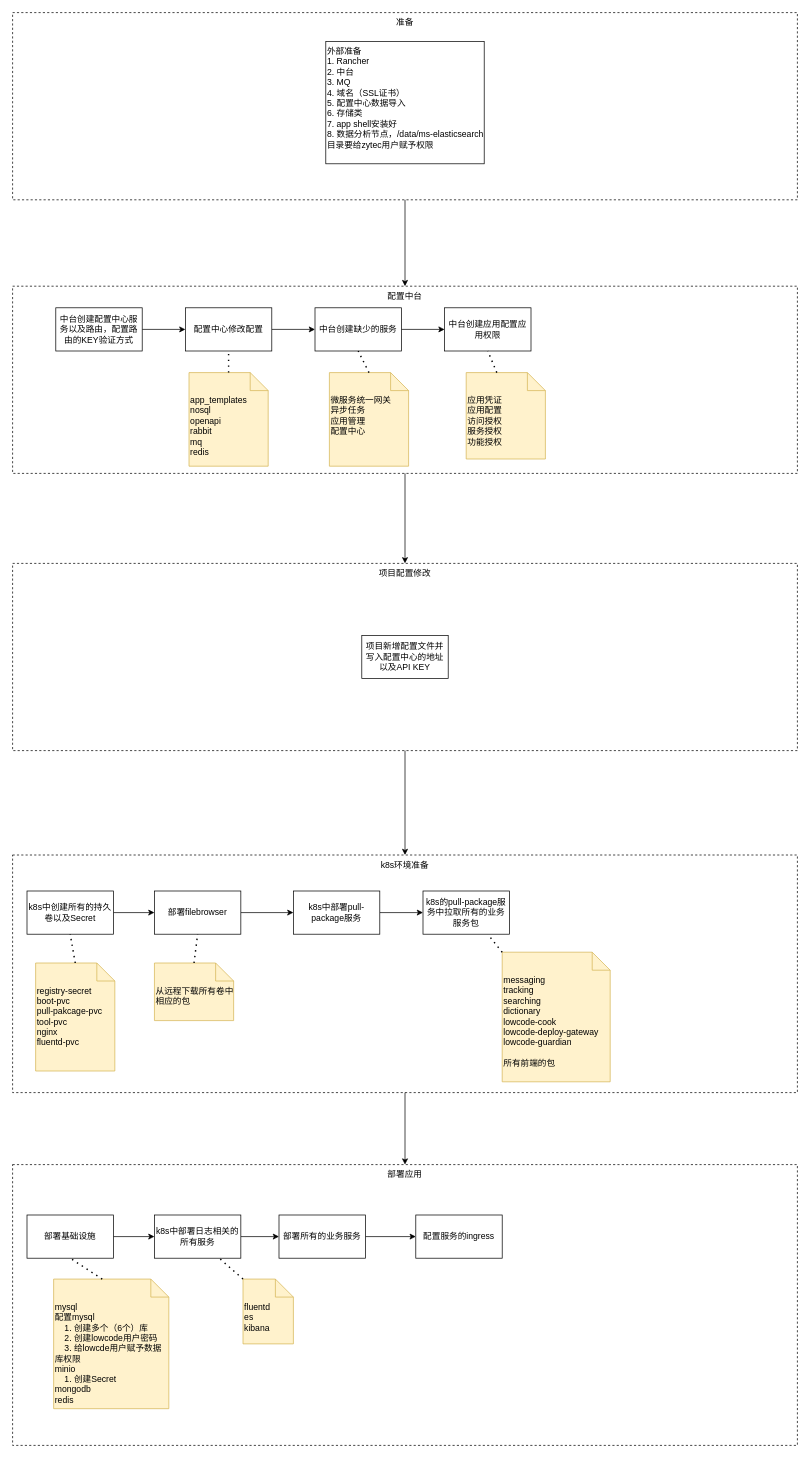
ProgrammerLZ/drawio keeps this draw.io diagram as 部署流程.drawio. Above is the earlier version. Source tidied: cells renumbered, new cells numbered last; positions are measured from the earlier drawing's top-left corner, leaving out a move shared by most shapes. Both pictures are drawn from the tidied source at 72%, with x=0, y=0 at pixel (12, 12).
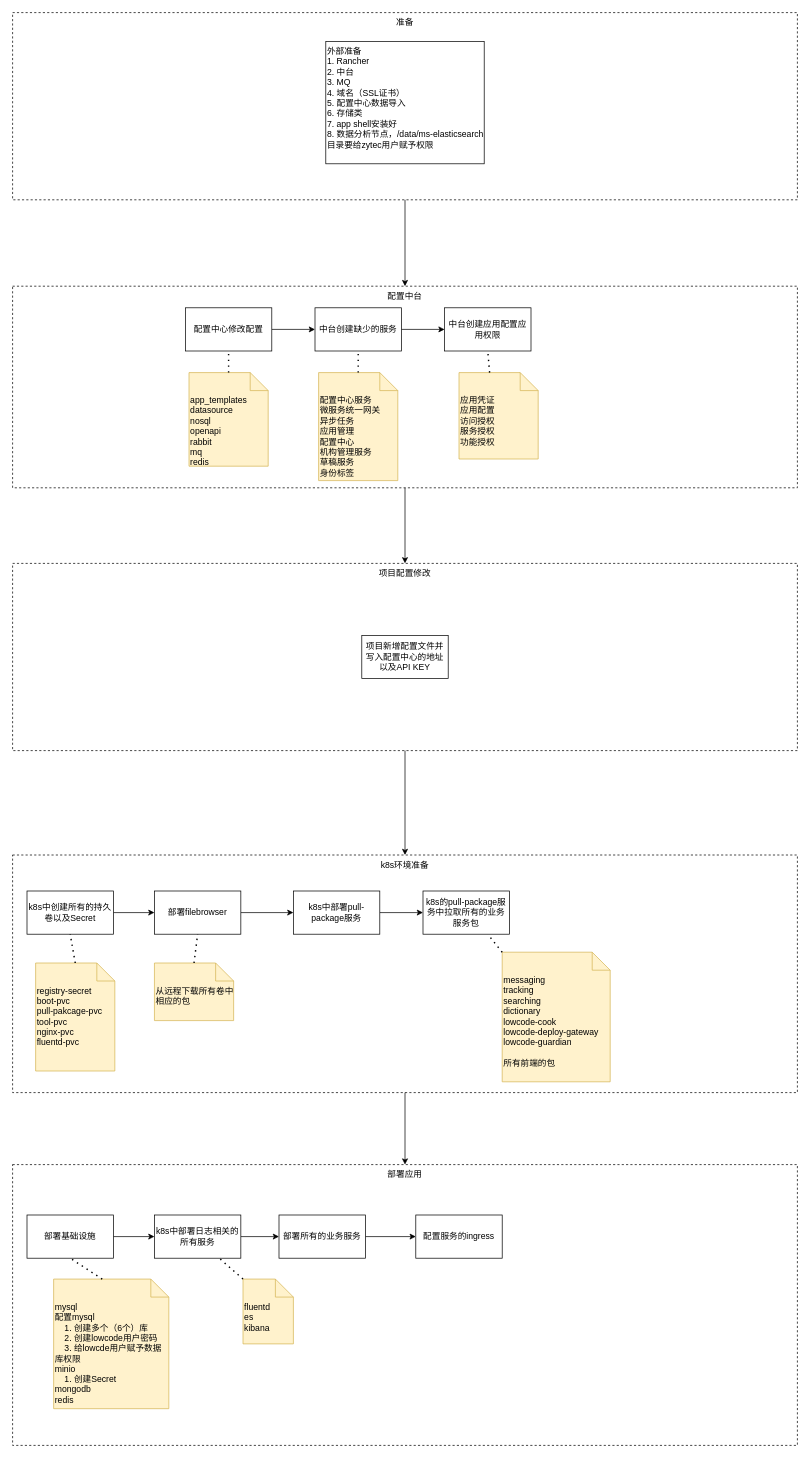
Above is the later version.

Commit message:
更新部署流程.drawio

Unchanged cells that the change refers to:
```xml
<mxCell id="18" value="配置中心修改配置" style="rounded=0;whiteSpace=wrap;html=1;" parent="1" vertex="1">
  <mxGeometry x="240" y="410" width="120" height="60" as="geometry" />
</mxCell>
```

The edit, as a diff of the source:
```diff
@@
     <mxCell id="9" value="配置中台" style="rounded=0;whiteSpace=wrap;html=1;align=center;verticalAlign=top;fontFamily=Helvetica;fontSize=12;fontColor=default;fillColor=none;gradientColor=none;dashed=1;" parent="1" vertex="1">
-      <mxGeometry y="380" width="1090" height="260" as="geometry" />
+      <mxGeometry y="380" width="1090" height="280" as="geometry" />
     </mxCell>
@@
-    <mxCell id="15" style="edgeStyle=none;rounded=0;jettySize=auto;html=1;fontFamily=Helvetica;fontSize=12;fontColor=default;" parent="1" edge="1" source="16" target="18">
-      <mxGeometry relative="1" as="geometry" />
-    </mxCell>
-    <mxCell id="16" value="中台创建配置中心服务以及路由，配置路由的KEY验证方式" style="rounded=0;whiteSpace=wrap;html=1;" parent="1" vertex="1">
-      <mxGeometry x="60" y="410" width="120" height="60" as="geometry" />
-    </mxCell>
@@
     <mxCell id="35" value="&lt;div&gt;应用凭证&lt;/div&gt;应用配置&lt;div&gt;访问授权&lt;/div&gt;&lt;div&gt;服务授权&lt;/div&gt;&lt;div&gt;功能授权&lt;/div&gt;" style="shape=note2;boundedLbl=1;whiteSpace=wrap;html=1;size=25;verticalAlign=top;align=left;fillColor=#fff2cc;strokeColor=#d6b656;" parent="1" vertex="1">
-      <mxGeometry x="630" y="500" width="110" height="120" as="geometry" />
+      <mxGeometry x="620" y="500" width="110" height="120" as="geometry" />
     </mxCell>
@@
-    <mxCell id="40" value="app_templates&lt;div&gt;nosql&lt;/div&gt;&lt;div&gt;openapi&lt;/div&gt;&lt;div&gt;rabbit&lt;/div&gt;&lt;div&gt;mq&lt;/div&gt;&lt;div&gt;redis&lt;/div&gt;" style="shape=note2;boundedLbl=1;whiteSpace=wrap;html=1;size=25;verticalAlign=top;align=left;fillColor=#fff2cc;strokeColor=#d6b656;" parent="1" vertex="1">
+    <mxCell id="40" value="app_templates&lt;div&gt;datasource&lt;br&gt;&lt;div&gt;nosql&lt;/div&gt;&lt;div&gt;openapi&lt;/div&gt;&lt;div&gt;rabbit&lt;/div&gt;&lt;div&gt;mq&lt;/div&gt;&lt;div&gt;redis&lt;/div&gt;&lt;/div&gt;" style="shape=note2;boundedLbl=1;whiteSpace=wrap;html=1;size=25;verticalAlign=top;align=left;fillColor=#fff2cc;strokeColor=#d6b656;" parent="1" vertex="1">
       <mxGeometry x="245" y="500" width="110" height="130" as="geometry" />
     </mxCell>
-    <mxCell id="41" value="微服务统一网关&lt;div&gt;异步任务&lt;/div&gt;&lt;div&gt;应用管理&lt;/div&gt;&lt;div&gt;配置中心&lt;/div&gt;&lt;div&gt;&lt;br&gt;&lt;/div&gt;" style="shape=note2;boundedLbl=1;whiteSpace=wrap;html=1;size=25;verticalAlign=top;align=left;fillColor=#fff2cc;strokeColor=#d6b656;" parent="1" vertex="1">
-      <mxGeometry x="440" y="500" width="110" height="130" as="geometry" />
+    <mxCell id="41" value="&lt;div&gt;配置中心服务&lt;/div&gt;微服务统一网关&lt;div&gt;异步任务&lt;/div&gt;&lt;div&gt;应用管理&lt;/div&gt;&lt;div&gt;配置中心&lt;/div&gt;&lt;div&gt;机构管理服务&lt;/div&gt;&lt;div&gt;草稿服务&lt;/div&gt;&lt;div&gt;身份标签&lt;/div&gt;" style="shape=note2;boundedLbl=1;whiteSpace=wrap;html=1;size=25;verticalAlign=top;align=left;fillColor=#fff2cc;strokeColor=#d6b656;" parent="1" vertex="1">
+      <mxGeometry x="425" y="500" width="110" height="150" as="geometry" />
     </mxCell>
-    <mxCell id="42" value="registry-secret&lt;div&gt;boot-pvc&lt;/div&gt;&lt;div&gt;pull-pakcage-pvc&lt;/div&gt;&lt;div&gt;tool-pvc&lt;/div&gt;&lt;div&gt;nginx&lt;/div&gt;&lt;div&gt;fluentd-pvc&lt;/div&gt;&lt;div&gt;&lt;br&gt;&lt;/div&gt;" style="shape=note2;boundedLbl=1;whiteSpace=wrap;html=1;size=25;verticalAlign=top;align=left;fillColor=#fff2cc;strokeColor=#d6b656;" parent="1" vertex="1">
+    <mxCell id="42" value="registry-secret&lt;div&gt;boot-pvc&lt;/div&gt;&lt;div&gt;pull-pakcage-pvc&lt;/div&gt;&lt;div&gt;tool-pvc&lt;/div&gt;&lt;div&gt;nginx-pvc&lt;/div&gt;&lt;div&gt;fluentd-pvc&lt;/div&gt;&lt;div&gt;&lt;br&gt;&lt;/div&gt;" style="shape=note2;boundedLbl=1;whiteSpace=wrap;html=1;size=25;verticalAlign=top;align=left;fillColor=#fff2cc;strokeColor=#d6b656;" parent="1" vertex="1">
       <mxGeometry x="32" y="1320" width="110" height="150" as="geometry" />
     </mxCell>
```
